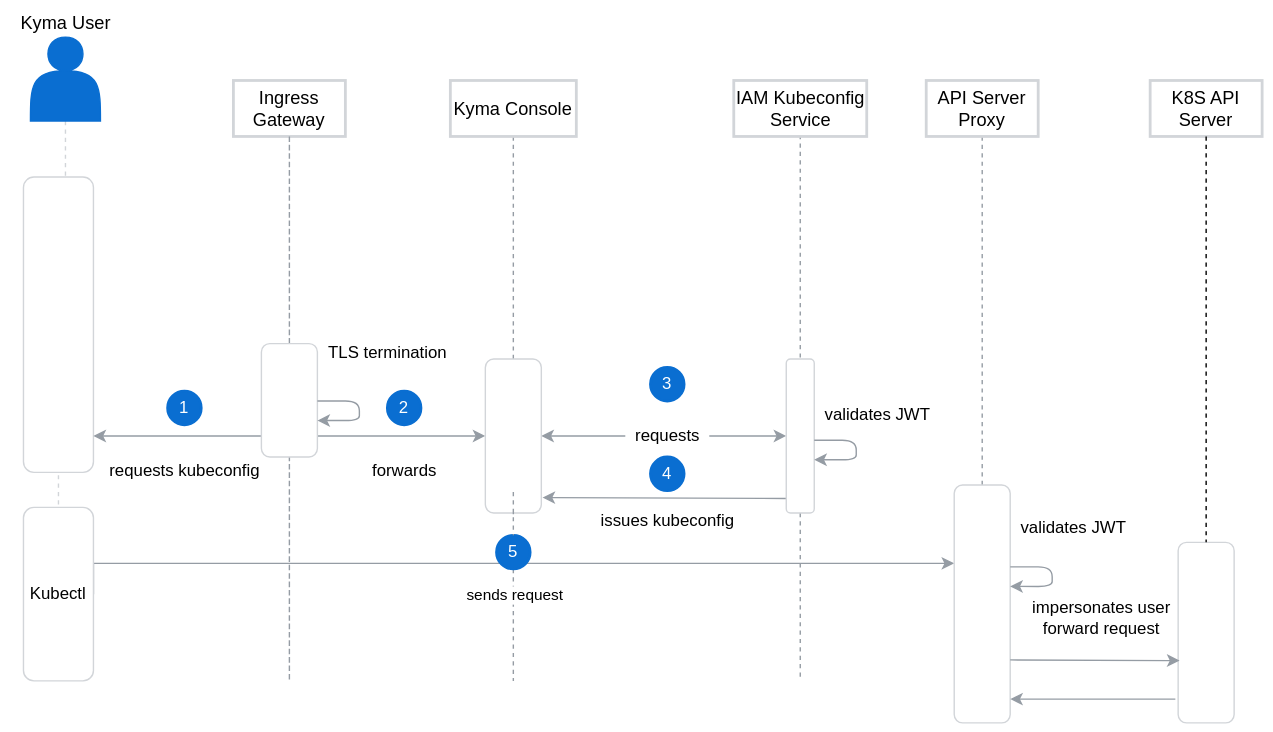
kyma-project/kyma keeps this draw.io diagram as docs/security/assets/kyma-access-kubectl.svg. Above is the earlier version. Source tidied: cells renumbered, new cells last; positions are measured from the earlier drawing's top-left corner, leaving out a move shared by most shapes.
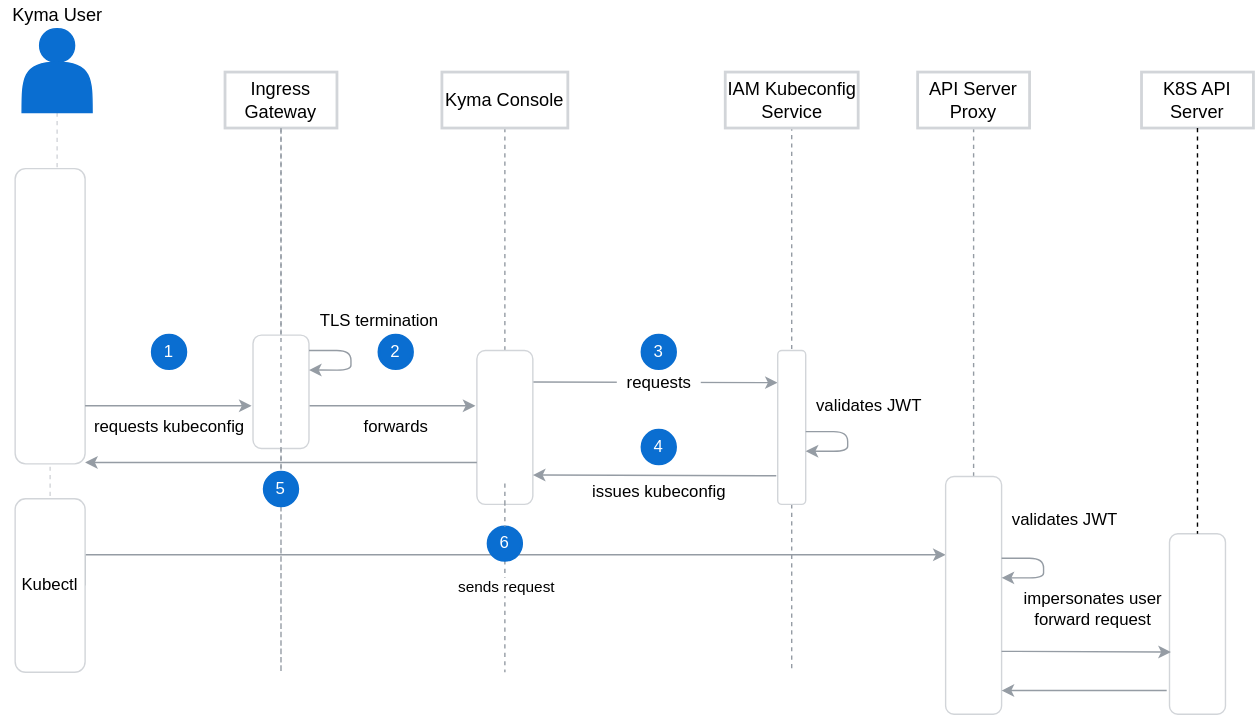
The same diagram one commit later.

Commit message:
Correct diagram (#9670)

* Correct diagram

* Add new arrow

Diff of the diagram source:
```diff
@@ -2,6 +2,18 @@
   <root>
     <mxCell id="0" />
     <mxCell id="1" parent="0" />
+    <mxCell id="48" style="endArrow=none;html=1;strokeColor=#959CA4;entryX=-0.033;entryY=-0.25;entryDx=0;entryDy=0;entryPerimeter=0;startArrow=classic;startFill=1;endFill=0;" parent="1" edge="1">
+      <mxGeometry relative="1" as="geometry">
+        <mxPoint x="339" y="289.5" as="sourcePoint" />
+        <mxPoint x="220" y="289.5" as="targetPoint" />
+      </mxGeometry>
+    </mxCell>
+    <mxCell id="49" style="endArrow=none;html=1;strokeColor=#959CA4;entryX=-0.033;entryY=-0.25;entryDx=0;entryDy=0;entryPerimeter=0;startArrow=classic;startFill=1;endFill=0;" parent="1" edge="1">
+      <mxGeometry relative="1" as="geometry">
+        <mxPoint x="555" y="273" as="sourcePoint" />
+        <mxPoint x="380" y="272.5" as="targetPoint" />
+      </mxGeometry>
+    </mxCell>
     <mxCell id="2" style="edgeStyle=orthogonalEdgeStyle;rounded=0;orthogonalLoop=1;jettySize=auto;html=1;dashed=1;endArrow=none;endFill=0;strokeColor=#959CA4;" parent="1" edge="1">
       <mxGeometry relative="1" as="geometry">
         <mxPoint x="565" y="90" as="sourcePoint" />
@@ -36,7 +48,7 @@
     <mxCell id="10" style="rounded=1;whiteSpace=wrap;html=1;strokeColor=#D2D5D9;" parent="1" vertex="1">
       <mxGeometry x="10" y="120" width="50" height="211" as="geometry" />
     </mxCell>
-    <mxCell id="11" style="edgeStyle=orthogonalEdgeStyle;rounded=0;jettySize=auto;html=1;dashed=1;endArrow=none;endFill=0;strokeColor=#959CA4;" parent="1" edge="1" source="4">
+    <mxCell id="11" style="edgeStyle=orthogonalEdgeStyle;rounded=0;jettySize=auto;html=1;dashed=1;endArrow=none;endFill=0;strokeColor=#959CA4;" parent="1" edge="1" source="53">
       <mxGeometry relative="1" as="geometry">
         <mxPoint x="200" y="91" as="targetPoint" />
         <Array as="points">
@@ -77,29 +89,17 @@
     <mxCell id="19" style="shape=actor;whiteSpace=wrap;html=1;rounded=1;fillColor=#0A6ED1;strokeColor=#0A6ED1;" parent="1" vertex="1">
       <mxGeometry x="15" y="20" width="50" height="60" as="geometry" />
     </mxCell>
-    <mxCell id="20" style="endArrow=classic;html=1;startArrow=classic;startFill=1;strokeColor=#959CA4;" parent="1" edge="1">
-      <mxGeometry relative="1" as="geometry">
-        <mxPoint x="60" y="305" as="sourcePoint" />
-        <mxPoint x="340" y="305" as="targetPoint" />
-      </mxGeometry>
-    </mxCell>
     <mxCell id="21" value="requests kubeconfig" style="text;html=1;align=center;verticalAlign=middle;" parent="1" vertex="1">
-      <mxGeometry x="65" y="320" width="120" height="20" as="geometry" />
+      <mxGeometry x="60" y="295" width="120" height="20" as="geometry" />
     </mxCell>
-    <mxCell id="22" style="endArrow=classic;startArrow=classic;html=1;entryX=0.5;entryY=1;entryDx=0;entryDy=0;exitX=1;exitY=0.5;exitDx=0;exitDy=0;strokeColor=#959CA4;" parent="1" edge="1" source="37" target="23">
-      <mxGeometry relative="1" as="geometry" />
-    </mxCell>
     <mxCell id="23" style="rounded=1;whiteSpace=wrap;html=1;fillColor=#FFFFFF;rotation=90;strokeColor=#D2D5D9;" parent="1" vertex="1">
       <mxGeometry x="510" y="295" width="110" height="20" as="geometry" />
     </mxCell>
     <mxCell id="24" value="validates JWT" style="text;html=1;align=center;verticalAlign=middle;" parent="1" vertex="1">
       <mxGeometry x="575" y="280" width="90" height="20" as="geometry" />
     </mxCell>
-    <mxCell id="25" style="endArrow=classic;html=1;exitX=0.906;exitY=1.019;exitDx=0;exitDy=0;entryX=1.021;entryY=0.9;entryDx=0;entryDy=0;strokeColor=#959CA4;entryPerimeter=0;exitPerimeter=0;" parent="1" edge="1" source="23" target="37">
-      <mxGeometry relative="1" as="geometry" />
-    </mxCell>
     <mxCell id="26" value="issues kubeconfig" style="text;html=1;align=center;verticalAlign=middle;strokeColor=#FFFFFF;" parent="1" vertex="1">
-      <mxGeometry x="415" y="356" width="110" height="20" as="geometry" />
+      <mxGeometry x="415" y="341" width="110" height="20" as="geometry" />
     </mxCell>
     <mxCell id="27" value="validates JWT" style="text;html=1;align=center;verticalAlign=middle;" parent="1" vertex="1">
       <mxGeometry x="715" y="361" width="90" height="20" as="geometry" />
@@ -142,15 +142,15 @@
       <mxGeometry x="180" y="239" width="40" height="81" as="geometry" />
     </mxCell>
     <mxCell id="34" value="TLS termination" style="text;html=1;align=center;verticalAlign=middle;" parent="1" vertex="1">
-      <mxGeometry x="220" y="236" width="100" height="20" as="geometry" />
+      <mxGeometry x="220" y="219" width="100" height="20" as="geometry" />
     </mxCell>
     <mxCell id="35" style="edgeStyle=orthogonalEdgeStyle;orthogonalLoop=1;jettySize=auto;html=1;entryX=1;entryY=0.407;entryDx=0;entryDy=0;endArrow=classic;endFill=1;strokeWidth=1;entryPerimeter=0;strokeColor=#959CA4;rounded=1;" parent="1" edge="1">
       <mxGeometry relative="1" as="geometry">
-        <mxPoint x="220" y="280" as="sourcePoint" />
-        <mxPoint x="220" y="294" as="targetPoint" />
+        <mxPoint x="220" y="250" as="sourcePoint" />
+        <mxPoint x="220" y="264" as="targetPoint" />
         <Array as="points">
-          <mxPoint x="250" y="280" />
-          <mxPoint x="250" y="294" />
+          <mxPoint x="250" y="250" />
+          <mxPoint x="250" y="264" />
         </Array>
       </mxGeometry>
     </mxCell>
@@ -166,24 +166,24 @@
       <mxGeometry x="315" y="51" width="90" height="40" as="geometry" />
     </mxCell>
     <mxCell id="39" value="requests" style="text;html=1;align=center;verticalAlign=middle;fillColor=#ffffff;" parent="1" vertex="1">
-      <mxGeometry x="440" y="295" width="60" height="20" as="geometry" />
+      <mxGeometry x="440" y="263" width="60" height="20" as="geometry" />
     </mxCell>
     <mxCell id="40" value="forwards" style="text;html=1;align=center;verticalAlign=middle;" parent="1" vertex="1">
-      <mxGeometry x="252" y="320" width="60" height="20" as="geometry" />
+      <mxGeometry x="252" y="295" width="60" height="20" as="geometry" />
     </mxCell>
     <mxCell id="41" value="&lt;font color=&quot;#FFFFFF&quot;&gt;1&lt;/font&gt;" style="ellipse;whiteSpace=wrap;html=1;strokeWidth=2;fillColor=#0A6ED1;strokeColor=#0A6ED1;" parent="1" vertex="1">
-      <mxGeometry x="113" y="273" width="24" height="24" as="geometry" />
+      <mxGeometry x="108" y="239" width="24" height="24" as="geometry" />
     </mxCell>
     <mxCell id="42" value="&lt;font color=&quot;#FFFFFF&quot;&gt;2&lt;/font&gt;" style="ellipse;whiteSpace=wrap;html=1;strokeWidth=2;fillColor=#0A6ED1;strokeColor=#0A6ED1;" parent="1" vertex="1">
-      <mxGeometry x="270" y="273" width="24" height="24" as="geometry" />
+      <mxGeometry x="270" y="239" width="24" height="24" as="geometry" />
     </mxCell>
     <mxCell id="43" value="3" style="ellipse;whiteSpace=wrap;html=1;strokeWidth=2;fillColor=#0A6ED1;strokeColor=#0A6ED1;fontColor=#FFFFFF;" parent="1" vertex="1">
-      <mxGeometry x="458" y="256" width="24" height="24" as="geometry" />
+      <mxGeometry x="458" y="239" width="24" height="24" as="geometry" />
     </mxCell>
     <mxCell id="44" value="4" style="ellipse;whiteSpace=wrap;html=1;strokeWidth=2;fillColor=#0A6ED1;strokeColor=#0A6ED1;fontColor=#FFFFFF;" parent="1" vertex="1">
-      <mxGeometry x="458" y="320" width="24" height="24" as="geometry" />
+      <mxGeometry x="458" y="307" width="24" height="24" as="geometry" />
     </mxCell>
-    <mxCell id="45" value="5" style="ellipse;whiteSpace=wrap;html=1;strokeWidth=2;fillColor=#0A6ED1;strokeColor=#0A6ED1;fontColor=#FFFFFF;" parent="1" vertex="1">
+    <mxCell id="45" value="6" style="ellipse;whiteSpace=wrap;html=1;strokeWidth=2;fillColor=#0A6ED1;strokeColor=#0A6ED1;fontColor=#FFFFFF;" parent="1" vertex="1">
       <mxGeometry x="348" y="376" width="24" height="24" as="geometry" />
     </mxCell>
     <mxCell id="46" style="edgeStyle=orthogonalEdgeStyle;rounded=0;jettySize=auto;html=1;endArrow=none;endFill=0;dashed=1;strokeWidth=1;strokeColor=#959CA4;" parent="1" edge="1" target="45">
@@ -194,5 +194,29 @@
     <mxCell id="47" value="Kyma User" style="text;html=1;align=center;verticalAlign=middle;fontSize=13;" parent="1" vertex="1">
       <mxGeometry width="80" height="20" as="geometry" />
     </mxCell>
+    <mxCell id="50" style="endArrow=none;html=1;strokeColor=#959CA4;entryX=-0.033;entryY=-0.25;entryDx=0;entryDy=0;entryPerimeter=0;startArrow=classic;startFill=1;endFill=0;" parent="1" edge="1">
+      <mxGeometry relative="1" as="geometry">
+        <mxPoint x="179" y="289.5" as="sourcePoint" />
+        <mxPoint x="60" y="289.5" as="targetPoint" />
+      </mxGeometry>
+    </mxCell>
+    <mxCell id="51" style="endArrow=classic;html=1;strokeColor=#959CA4;entryX=-0.033;entryY=-0.25;entryDx=0;entryDy=0;entryPerimeter=0;startArrow=none;startFill=0;endFill=1;" parent="1" edge="1">
+      <mxGeometry relative="1" as="geometry">
+        <mxPoint x="554" y="339.5" as="sourcePoint" />
+        <mxPoint x="380" y="339" as="targetPoint" />
+      </mxGeometry>
+    </mxCell>
+    <mxCell id="52" style="endArrow=classic;html=1;strokeColor=#959CA4;entryX=-0.033;entryY=-0.25;entryDx=0;entryDy=0;entryPerimeter=0;startArrow=none;startFill=0;endFill=1;" parent="1" edge="1">
+      <mxGeometry relative="1" as="geometry">
+        <mxPoint x="340" y="330" as="sourcePoint" />
+        <mxPoint x="60" y="330" as="targetPoint" />
+      </mxGeometry>
+    </mxCell>
+    <mxCell id="53" value="5" style="ellipse;whiteSpace=wrap;html=1;strokeWidth=2;fillColor=#0A6ED1;strokeColor=#0A6ED1;fontColor=#FFFFFF;" parent="1" vertex="1">
+      <mxGeometry x="188" y="337" width="24" height="24" as="geometry" />
+    </mxCell>
+    <mxCell id="54" style="edgeStyle=orthogonalEdgeStyle;rounded=0;jettySize=auto;html=1;dashed=1;endArrow=none;endFill=0;strokeColor=#959CA4;" parent="1" edge="1" source="4" target="53">
+      <mxGeometry relative="1" as="geometry" />
+    </mxCell>
   </root>
 </mxGraphModel>
```
